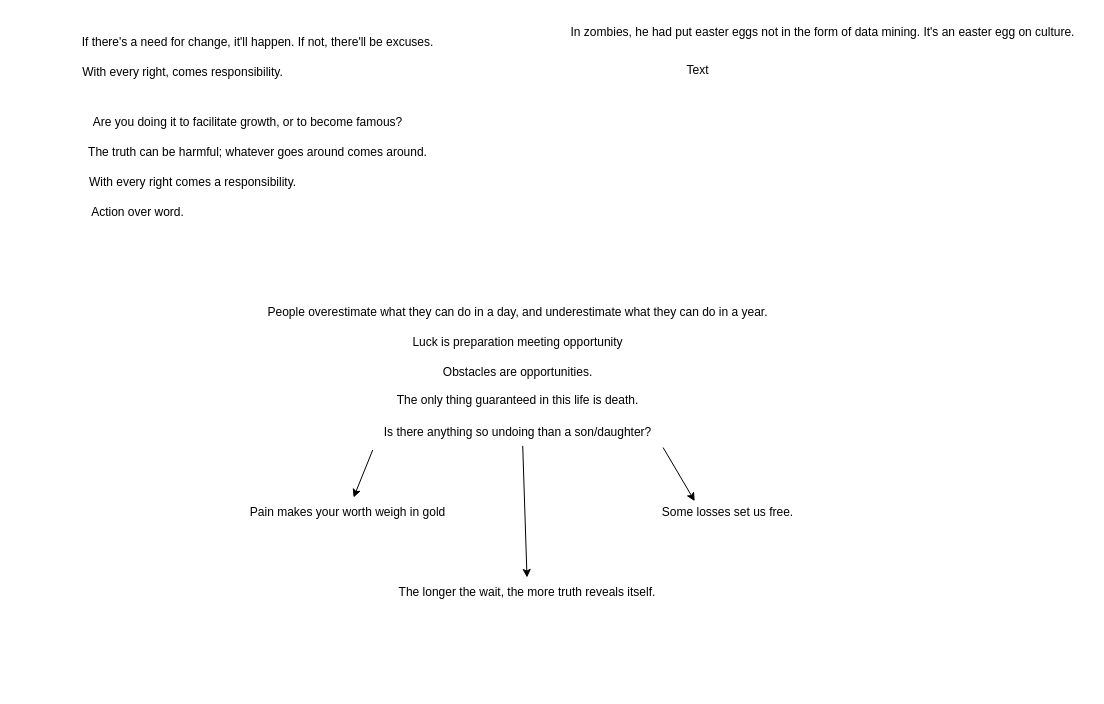
Above: Plans.drawio in HasinJ/Elements-Platformer (draw.io), before the change. Source tidied: cells renumbered, new cells numbered last; positions are measured from the earlier drawing's top-left corner, leaving out a move shared by most shapes. Both pictures are drawn from the tidied source at 100%, with x=0, y=0 at pixel (67, 17).
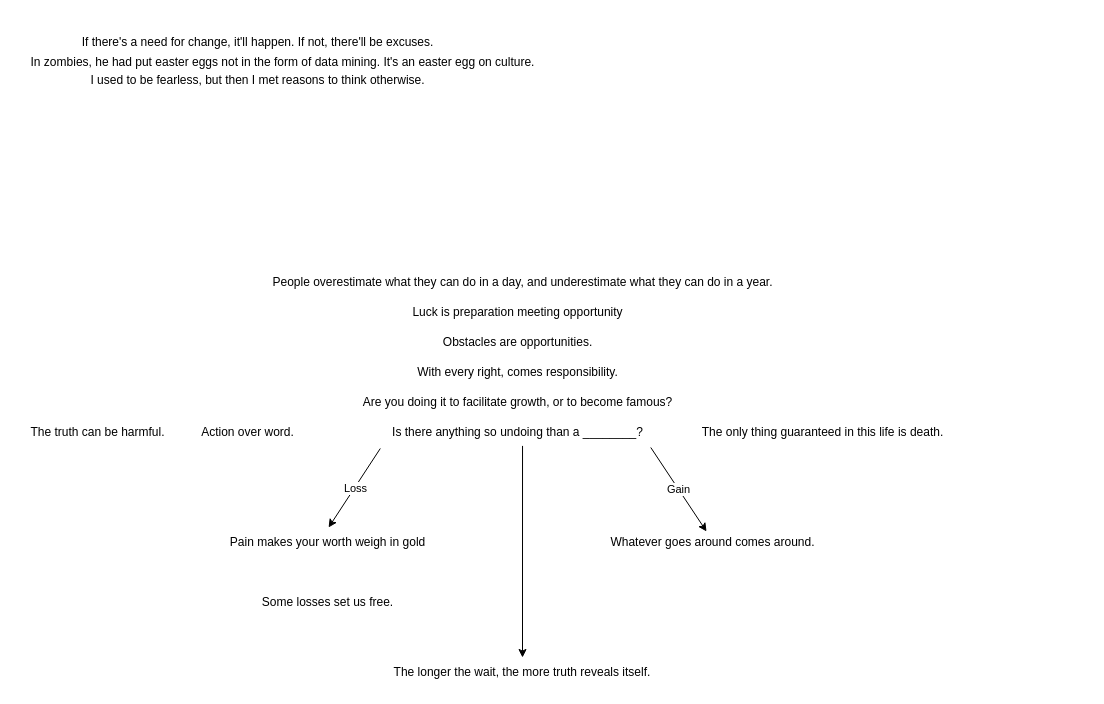
The same page after the edit.

Commit message:
For now quotes. Still have placeholders want to fill

Diff of the diagram source:
```diff
@@
     <mxCell id="2" value="Some losses set us free." style="text;html=1;align=center;verticalAlign=middle;points=[];strokeColor=none;fillColor=none;" parent="1" vertex="1">
-      <mxGeometry x="580" y="480" width="160" height="30" as="geometry" />
+      <mxGeometry x="180" y="570" width="160" height="30" as="geometry" />
     </mxCell>
     <mxCell id="3" value="Pain makes your worth weigh in gold" style="text;html=1;align=center;verticalAlign=middle;points=[];strokeColor=none;fillColor=none;" parent="1" vertex="1">
-      <mxGeometry x="170" y="480" width="220" height="30" as="geometry" />
+      <mxGeometry x="150" y="510" width="220" height="30" as="geometry" />
     </mxCell>
-    <mxCell id="4" value="Is there anything so undoing than a son/daughter?" style="text;html=1;align=center;verticalAlign=middle;points=[];strokeColor=none;fillColor=none;" parent="1" vertex="1">
-      <mxGeometry x="305" y="400" width="290" height="30" as="geometry" />
+    <mxCell id="4" value="Is there anything so undoing than a ________?" style="text;html=1;align=center;verticalAlign=middle;points=[];strokeColor=none;fillColor=none;" parent="1" vertex="1">
+      <mxGeometry x="310" y="400" width="280" height="30" as="geometry" />
     </mxCell>
     <mxCell id="5" value="People overestimate what they can do in a day, and underestimate what they can do in a year." style="text;html=1;align=center;verticalAlign=middle;strokeColor=none;fillColor=none;" parent="1" vertex="1">
-      <mxGeometry x="190" y="280" width="520" height="30" as="geometry" />
+      <mxGeometry x="195" y="250" width="520" height="30" as="geometry" />
     </mxCell>
     <mxCell id="6" value="With every right, comes responsibility." style="text;html=1;align=center;verticalAlign=middle;strokeColor=none;fillColor=none;" parent="1" vertex="1">
-      <mxGeometry y="40" width="230" height="30" as="geometry" />
+      <mxGeometry x="335" y="340" width="230" height="30" as="geometry" />
     </mxCell>
     <mxCell id="7" value="Are you doing it to facilitate growth, or to become famous?" style="text;html=1;align=center;verticalAlign=middle;strokeColor=none;fillColor=none;" parent="1" vertex="1">
-      <mxGeometry x="10" y="90" width="340" height="30" as="geometry" />
+      <mxGeometry x="280" y="370" width="340" height="30" as="geometry" />
     </mxCell>
     <mxCell id="8" value="Obstacles are opportunities." style="text;html=1;align=center;verticalAlign=middle;strokeColor=none;fillColor=none;" parent="1" vertex="1">
-      <mxGeometry x="365" y="340" width="170" height="30" as="geometry" />
+      <mxGeometry x="365" y="310" width="170" height="30" as="geometry" />
     </mxCell>
     <mxCell id="9" value="Luck is preparation meeting opportunity" style="text;html=1;align=center;verticalAlign=middle;strokeColor=none;fillColor=none;" parent="1" vertex="1">
-      <mxGeometry x="335" y="310" width="230" height="30" as="geometry" />
+      <mxGeometry x="335" y="280" width="230" height="30" as="geometry" />
     </mxCell>
-    <mxCell id="10" value="With every right comes a responsibility." style="text;html=1;align=center;verticalAlign=middle;strokeColor=none;fillColor=none;" parent="1" vertex="1">
-      <mxGeometry x="10" y="150" width="230" height="30" as="geometry" />
-    </mxCell>
     <mxCell id="11" value="Action over word." style="text;html=1;align=center;verticalAlign=middle;strokeColor=none;fillColor=none;" parent="1" vertex="1">
-      <mxGeometry x="10" y="180" width="120" height="30" as="geometry" />
+      <mxGeometry x="120" y="400" width="120" height="30" as="geometry" />
     </mxCell>
@@
-    <mxCell id="13" value="The truth can be harmful; whatever goes around comes around." style="text;html=1;align=center;verticalAlign=middle;strokeColor=none;fillColor=none;" parent="1" vertex="1">
-      <mxGeometry x="10" y="120" width="360" height="30" as="geometry" />
+    <mxCell id="13" value="The truth can be harmful." style="text;html=1;align=center;verticalAlign=middle;strokeColor=none;fillColor=none;" parent="1" vertex="1">
+      <mxGeometry x="-50" y="400" width="160" height="30" as="geometry" />
     </mxCell>
-    <mxCell id="14" style="endArrow=classic;html=1;rounded=0;exitX=0.001;exitY=1.08;exitDx=0;exitDy=0;exitPerimeter=0;" parent="1" edge="1" source="4" target="3">
-      <mxGeometry relative="1" as="geometry" />
-    </mxCell>
-    <mxCell id="15" style="endArrow=classic;html=1;rounded=0;exitX=1.002;exitY=1;exitDx=0;exitDy=0;exitPerimeter=0;entryX=0.295;entryY=0.12;entryDx=0;entryDy=0;entryPerimeter=0;" parent="1" edge="1" source="4" target="2">
-      <mxGeometry relative="1" as="geometry" />
-    </mxCell>
     <mxCell id="16" value="The only thing guaranteed in this life is death." style="text;html=1;align=center;verticalAlign=middle;strokeColor=none;fillColor=none;" parent="1" vertex="1">
-      <mxGeometry x="315" y="368" width="270" height="30" as="geometry" />
+      <mxGeometry x="620" y="400" width="270" height="30" as="geometry" />
     </mxCell>
@@
     <mxCell id="18" value="The longer the wait, the more truth reveals itself." style="text;html=1;align=center;verticalAlign=middle;whiteSpace=wrap;rounded=0;" parent="1" vertex="1">
-      <mxGeometry x="310" y="560" width="300" height="30" as="geometry" />
+      <mxGeometry x="305" y="640" width="300" height="30" as="geometry" />
     </mxCell>
     <mxCell id="19" value="In zombies, he had put easter eggs not in the form of data mining. It's an easter egg on culture." style="text;html=1;align=center;verticalAlign=middle;strokeColor=none;fillColor=none;" parent="1" vertex="1">
-      <mxGeometry x="490" width="530" height="30" as="geometry" />
+      <mxGeometry x="-50" y="30" width="530" height="30" as="geometry" />
     </mxCell>
-    <mxCell id="20" value="Text" style="text;html=1;align=center;verticalAlign=middle;strokeColor=none;fillColor=none;" parent="1" vertex="1">
-      <mxGeometry x="605" y="38" width="50" height="30" as="geometry" />
+    <mxCell id="20" value="&lt;div&gt;I used to be fearless, but then I met reasons to think otherwise.&lt;br&gt;&lt;/div&gt;&lt;div&gt;&lt;br&gt;&lt;/div&gt;" style="text;html=1;align=center;verticalAlign=middle;strokeColor=none;fillColor=none;" parent="1" vertex="1">
+      <mxGeometry x="5" y="50" width="370" height="40" as="geometry" />
     </mxCell>
+    <mxCell id="21" value="Whatever goes around comes around." style="text;html=1;align=center;verticalAlign=middle;points=[];strokeColor=none;fillColor=none;" parent="1" vertex="1">
+      <mxGeometry x="530" y="510" width="230" height="30" as="geometry" />
+    </mxCell>
+    <mxCell id="14" style="endArrow=classic;html=1;rounded=0;exitX=0.01;exitY=1.033;exitDx=0;exitDy=0;exitPerimeter=0;entryX=0.505;entryY=0;entryDx=0;entryDy=0;entryPerimeter=0;" parent="1" edge="1" source="4" target="3">
+      <mxGeometry relative="1" as="geometry" />
+    </mxCell>
+    <mxCell id="22" value="&lt;div&gt;Loss&lt;/div&gt;" style="edgeLabel;html=1;align=center;verticalAlign=middle;" parent="14" vertex="1">
+      <mxGeometry relative="1" as="geometry" />
+    </mxCell>
+    <mxCell id="23" style="endArrow=classic;html=1;rounded=0;exitX=0.976;exitY=1;exitDx=0;exitDy=0;exitPerimeter=0;entryX=0.474;entryY=0.133;entryDx=0;entryDy=0;entryPerimeter=0;" parent="1" edge="1" source="4" target="21">
+      <mxGeometry relative="1" as="geometry" />
+    </mxCell>
+    <mxCell id="24" value="Gain" style="edgeLabel;html=1;align=center;verticalAlign=middle;" parent="23" vertex="1">
+      <mxGeometry relative="1" as="geometry" />
+    </mxCell>
```
